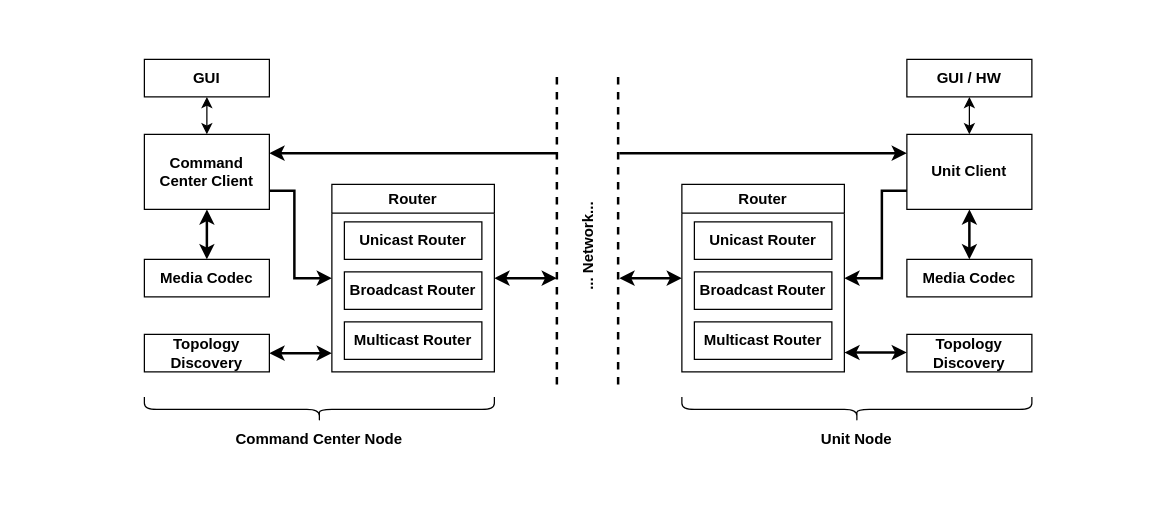
Above: page "Page-2" (2 of 2) of docs/figures/modules_diagram.drawio in mido3ds/C4IAN (draw.io), before the change. Source tidied: cells renumbered, new cells numbered last; positions are measured from the earlier drawing's top-left corner, leaving out a move shared by most shapes. Both pictures are drawn from the tidied source at 125%, with x=0, y=0 at pixel (144, 59).
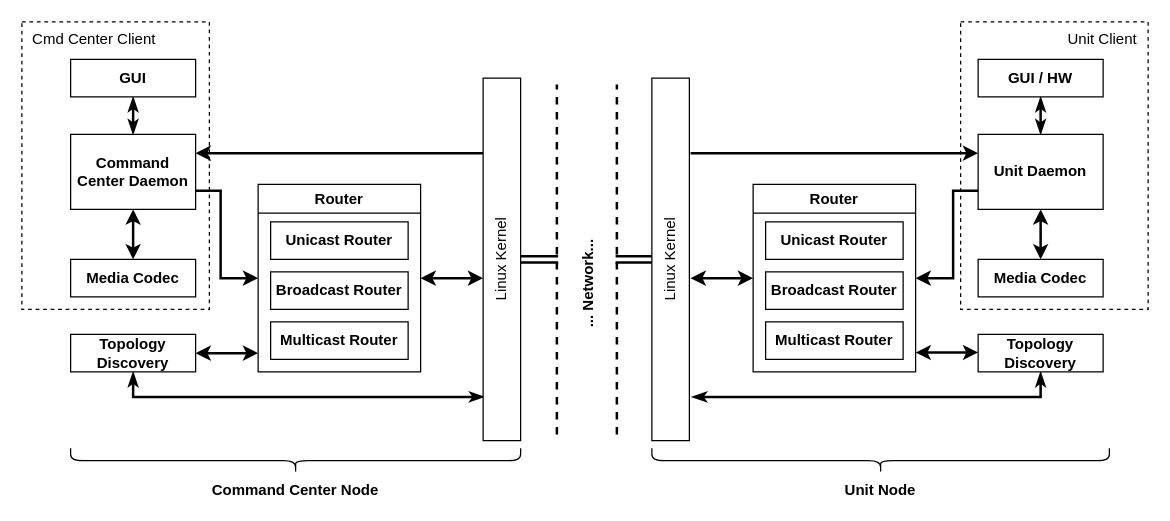
After the change.

Commit message (it also covers changes not shown here):
system diagram: added linux kernel

What changed in the source:
```diff
@@
+    <mxCell id="35" value="&amp;nbsp; Cmd Center Client&amp;nbsp;" style="rounded=0;whiteSpace=wrap;html=1;sketch=0;dashed=1;verticalAlign=top;labelPosition=center;verticalLabelPosition=middle;align=left;" parent="1" vertex="1">
+      <mxGeometry x="-98" y="-30" width="150" height="230" as="geometry" />
+    </mxCell>
+    <mxCell id="36" value="Unit Client&amp;nbsp;&amp;nbsp;" style="rounded=0;whiteSpace=wrap;html=1;sketch=0;dashed=1;verticalAlign=top;labelPosition=center;verticalLabelPosition=middle;align=right;" parent="1" vertex="1">
+      <mxGeometry x="653" y="-30" width="150" height="230" as="geometry" />
+    </mxCell>
     <mxCell id="2" style="edgeStyle=none;rounded=0;jettySize=auto;html=1;exitX=1;exitY=0.75;exitDx=0;exitDy=0;entryX=0;entryY=0.5;entryDx=0;entryDy=0;startArrow=none;startFill=0;endArrow=classic;endFill=1;strokeColor=#000000;strokeWidth=2;fontSize=11;" parent="1" edge="1" source="3" target="7">
       <mxGeometry relative="1" as="geometry">
         <Array as="points">
-          <mxPoint x="120" y="105" />
-          <mxPoint x="120" y="175" />
+          <mxPoint x="61" y="105" />
+          <mxPoint x="61" y="175" />
         </Array>
       </mxGeometry>
     </mxCell>
-    <mxCell id="3" value="&lt;b&gt;&lt;font style=&quot;font-size: 12px&quot;&gt;Command Center Client&lt;/font&gt;&lt;/b&gt;" style="whiteSpace=wrap;html=1;align=center;verticalAlign=middle;newEdgeStyle={&quot;edgeStyle&quot;:&quot;elbowEdgeStyle&quot;,&quot;startArrow&quot;:&quot;none&quot;,&quot;endArrow&quot;:&quot;none&quot;};fontSize=11;sketch=0;" parent="1" vertex="1">
-      <mxGeometry y="60" width="100" height="60" as="geometry" />
+    <mxCell id="3" value="&lt;b&gt;&lt;font style=&quot;font-size: 12px&quot;&gt;Command Center Daemon&lt;/font&gt;&lt;/b&gt;" style="whiteSpace=wrap;html=1;align=center;verticalAlign=middle;newEdgeStyle={&quot;edgeStyle&quot;:&quot;elbowEdgeStyle&quot;,&quot;startArrow&quot;:&quot;none&quot;,&quot;endArrow&quot;:&quot;none&quot;};fontSize=11;sketch=0;" parent="1" vertex="1">
+      <mxGeometry x="-59" y="60" width="100" height="60" as="geometry" />
     </mxCell>
     <mxCell id="4" value="Command Center Node" style="shape=curlyBracket;whiteSpace=wrap;html=1;rounded=1;direction=north;labelPosition=center;verticalLabelPosition=bottom;align=center;verticalAlign=top;fontStyle=1;" parent="1" vertex="1">
-      <mxGeometry y="270" width="280" height="20" as="geometry" />
+      <mxGeometry x="-59" y="311" width="360" height="20" as="geometry" />
     </mxCell>
     <mxCell id="5" style="edgeStyle=none;rounded=0;jettySize=auto;html=1;exitX=1;exitY=0.5;exitDx=0;exitDy=0;startArrow=classic;startFill=1;endArrow=classic;endFill=1;strokeColor=#000000;strokeWidth=2;fontSize=11;" parent="1" edge="1" source="7">
       <mxGeometry relative="1" as="geometry">
-        <mxPoint x="330" y="175" as="targetPoint" />
+        <mxPoint x="271" y="175" as="targetPoint" />
       </mxGeometry>
     </mxCell>
     <mxCell id="6" style="edgeStyle=none;rounded=0;jettySize=auto;html=1;exitX=1;exitY=0.25;exitDx=0;exitDy=0;startArrow=classic;startFill=1;endArrow=none;endFill=0;strokeColor=#000000;strokeWidth=2;fontSize=11;" parent="1" edge="1" source="3">
       <mxGeometry relative="1" as="geometry">
-        <mxPoint x="330" y="75" as="targetPoint" />
+        <mxPoint x="271" y="75" as="targetPoint" />
       </mxGeometry>
     </mxCell>
     <mxCell id="7" value="Router" style="swimlane;startSize=23;" parent="1" vertex="1">
-      <mxGeometry x="150" y="100" width="130" height="150" as="geometry" />
+      <mxGeometry x="91" y="100" width="130" height="150" as="geometry" />
     </mxCell>
@@
+    <mxCell id="37" style="edgeStyle=orthogonalEdgeStyle;rounded=0;jettySize=auto;html=1;exitX=0.5;exitY=1;exitDx=0;exitDy=0;startArrow=classicThin;startFill=1;endArrow=classicThin;endFill=1;strokeWidth=2;" parent="1" edge="1" source="11">
+      <mxGeometry relative="1" as="geometry">
+        <mxPoint x="272" y="270" as="targetPoint" />
+        <Array as="points">
+          <mxPoint x="-9" y="270" />
+        </Array>
+      </mxGeometry>
+    </mxCell>
     <mxCell id="11" value="&lt;b&gt;Topology Discovery&lt;/b&gt;" style="rounded=0;whiteSpace=wrap;html=1;" parent="1" vertex="1">
-      <mxGeometry y="220" width="100" height="30" as="geometry" />
+      <mxGeometry x="-59" y="220" width="100" height="30" as="geometry" />
     </mxCell>
     <mxCell id="12" value="&lt;b&gt;Media Codec&lt;/b&gt;" style="rounded=0;whiteSpace=wrap;html=1;" parent="1" vertex="1">
-      <mxGeometry y="160" width="100" height="30" as="geometry" />
+      <mxGeometry x="-59" y="160" width="100" height="30" as="geometry" />
     </mxCell>
@@
     <mxCell id="14" style="endArrow=classic;startArrow=classic;html=1;strokeWidth=2;exitX=1;exitY=0.5;exitDx=0;exitDy=0;" parent="1" edge="1" source="11">
       <mxGeometry relative="1" as="geometry">
-        <mxPoint x="150" y="235" as="targetPoint" />
+        <mxPoint x="91" y="235" as="targetPoint" />
       </mxGeometry>
     </mxCell>
     <mxCell id="15" style="endArrow=none;html=1;strokeColor=#000000;strokeWidth=2;fontSize=11;dashed=1;" parent="1" edge="1">
       <mxGeometry relative="1" as="geometry">
-        <mxPoint x="330" y="260" as="sourcePoint" />
-        <mxPoint x="330" y="10" as="targetPoint" />
+        <mxPoint x="330" y="300" as="sourcePoint" />
+        <mxPoint x="330" y="20" as="targetPoint" />
       </mxGeometry>
     </mxCell>
     <mxCell id="16" value="... Network..." style="text;html=1;align=center;verticalAlign=middle;fontSize=12;horizontal=0;fontStyle=1;" parent="1" vertex="1">
-      <mxGeometry x="340" y="110" width="30" height="80" as="geometry" />
+      <mxGeometry x="340" y="140" width="30" height="80" as="geometry" />
     </mxCell>
     <mxCell id="17" style="endArrow=none;html=1;strokeColor=#000000;strokeWidth=2;fontSize=11;dashed=1;" parent="1" edge="1">
       <mxGeometry relative="1" as="geometry">
-        <mxPoint x="379" y="260" as="sourcePoint" />
-        <mxPoint x="379" y="10" as="targetPoint" />
+        <mxPoint x="378" y="300" as="sourcePoint" />
+        <mxPoint x="378" y="20" as="targetPoint" />
       </mxGeometry>
     </mxCell>
     <mxCell id="18" value="Router" style="swimlane;startSize=23;" parent="1" vertex="1">
-      <mxGeometry x="430" y="100" width="130" height="150" as="geometry" />
+      <mxGeometry x="487" y="100" width="130" height="150" as="geometry" />
     </mxCell>
@@
     <mxCell id="22" style="endArrow=classic;startArrow=classic;html=1;strokeWidth=2;fontSize=12;entryX=0;entryY=0.5;entryDx=0;entryDy=0;" parent="1" edge="1" target="18">
       <mxGeometry relative="1" as="geometry">
-        <mxPoint x="380" y="175" as="sourcePoint" />
+        <mxPoint x="437" y="175" as="sourcePoint" />
       </mxGeometry>
     </mxCell>
+    <mxCell id="38" style="edgeStyle=orthogonalEdgeStyle;rounded=0;jettySize=auto;html=1;exitX=0.5;exitY=1;exitDx=0;exitDy=0;startArrow=classicThin;startFill=1;endArrow=classicThin;endFill=1;strokeWidth=2;" parent="1" edge="1" source="23">
+      <mxGeometry relative="1" as="geometry">
+        <mxPoint x="438" y="270" as="targetPoint" />
+        <Array as="points">
+          <mxPoint x="717" y="270" />
+        </Array>
+      </mxGeometry>
+    </mxCell>
     <mxCell id="23" value="&lt;b&gt;Topology Discovery&lt;/b&gt;" style="rounded=0;whiteSpace=wrap;html=1;" parent="1" vertex="1">
-      <mxGeometry x="610" y="220" width="100" height="30" as="geometry" />
+      <mxGeometry x="667" y="220" width="100" height="30" as="geometry" />
     </mxCell>
     <mxCell id="24" style="endArrow=classic;startArrow=classic;html=1;strokeWidth=2;exitX=1;exitY=0.5;exitDx=0;exitDy=0;" parent="1" edge="1">
       <mxGeometry relative="1" as="geometry">
-        <mxPoint x="560" y="234.5" as="sourcePoint" />
-        <mxPoint x="610" y="234.5" as="targetPoint" />
+        <mxPoint x="617" y="234.5" as="sourcePoint" />
+        <mxPoint x="667" y="234.5" as="targetPoint" />
       </mxGeometry>
     </mxCell>
     <mxCell id="25" value="&lt;b&gt;Media Codec&lt;/b&gt;" style="rounded=0;whiteSpace=wrap;html=1;" parent="1" vertex="1">
-      <mxGeometry x="610" y="160" width="100" height="30" as="geometry" />
+      <mxGeometry x="667" y="160" width="100" height="30" as="geometry" />
     </mxCell>
-    <mxCell id="26" value="&lt;b&gt;&lt;font style=&quot;font-size: 12px&quot;&gt;Unit Client&lt;/font&gt;&lt;/b&gt;" style="whiteSpace=wrap;html=1;align=center;verticalAlign=middle;newEdgeStyle={&quot;edgeStyle&quot;:&quot;elbowEdgeStyle&quot;,&quot;startArrow&quot;:&quot;none&quot;,&quot;endArrow&quot;:&quot;none&quot;};fontSize=11;sketch=0;" parent="1" vertex="1">
-      <mxGeometry x="610" y="60" width="100" height="60" as="geometry" />
+    <mxCell id="26" value="&lt;b&gt;&lt;font style=&quot;font-size: 12px&quot;&gt;Unit&amp;nbsp;&lt;/font&gt;&lt;/b&gt;&lt;b&gt;&lt;font style=&quot;font-size: 12px&quot;&gt;Daemon&lt;/font&gt;&lt;/b&gt;" style="whiteSpace=wrap;html=1;align=center;verticalAlign=middle;newEdgeStyle={&quot;edgeStyle&quot;:&quot;elbowEdgeStyle&quot;,&quot;startArrow&quot;:&quot;none&quot;,&quot;endArrow&quot;:&quot;none&quot;};fontSize=11;sketch=0;" parent="1" vertex="1">
+      <mxGeometry x="667" y="60" width="100" height="60" as="geometry" />
     </mxCell>
     <mxCell id="27" style="endArrow=classic;html=1;strokeWidth=2;fontSize=12;exitX=0;exitY=0.75;exitDx=0;exitDy=0;entryX=1;entryY=0.5;entryDx=0;entryDy=0;rounded=0;" parent="1" edge="1" source="26" target="18">
       <mxGeometry relative="1" as="geometry">
         <Array as="points">
-          <mxPoint x="590" y="105" />
-          <mxPoint x="590" y="175" />
+          <mxPoint x="647" y="105" />
+          <mxPoint x="647" y="175" />
         </Array>
       </mxGeometry>
     </mxCell>
     <mxCell id="28" style="endArrow=classic;html=1;strokeWidth=2;fontSize=12;entryX=0;entryY=0.25;entryDx=0;entryDy=0;" parent="1" edge="1" target="26">
       <mxGeometry relative="1" as="geometry">
-        <mxPoint x="380" y="75" as="sourcePoint" />
+        <mxPoint x="437" y="75" as="sourcePoint" />
       </mxGeometry>
     </mxCell>
@@
     <mxCell id="30" value="Unit Node" style="shape=curlyBracket;whiteSpace=wrap;html=1;rounded=1;direction=north;labelPosition=center;verticalLabelPosition=bottom;align=center;verticalAlign=top;fontStyle=1;" parent="1" vertex="1">
-      <mxGeometry x="430" y="270" width="280" height="20" as="geometry" />
+      <mxGeometry x="406" y="311" width="366" height="20" as="geometry" />
     </mxCell>
-    <mxCell id="31" style="edgeStyle=orthogonalEdgeStyle;rounded=0;jettySize=auto;html=1;exitX=0.5;exitY=1;exitDx=0;exitDy=0;entryX=0.5;entryY=0;entryDx=0;entryDy=0;startArrow=classic;startFill=1;" parent="1" edge="1" source="32" target="26">
+    <mxCell id="31" style="edgeStyle=orthogonalEdgeStyle;rounded=0;jettySize=auto;html=1;exitX=0.5;exitY=1;exitDx=0;exitDy=0;entryX=0.5;entryY=0;entryDx=0;entryDy=0;startArrow=classicThin;startFill=1;strokeWidth=2;endArrow=classicThin;endFill=1;" parent="1" edge="1" source="32" target="26">
       <mxGeometry relative="1" as="geometry" />
     </mxCell>
     <mxCell id="32" value="&lt;b&gt;GUI / HW&lt;/b&gt;" style="rounded=0;whiteSpace=wrap;html=1;" parent="1" vertex="1">
-      <mxGeometry x="610" width="100" height="30" as="geometry" />
+      <mxGeometry x="667" width="100" height="30" as="geometry" />
     </mxCell>
-    <mxCell id="33" style="edgeStyle=orthogonalEdgeStyle;rounded=0;jettySize=auto;html=1;exitX=0.5;exitY=1;exitDx=0;exitDy=0;entryX=0.5;entryY=0;entryDx=0;entryDy=0;startArrow=classic;startFill=1;" parent="1" edge="1" source="34" target="3">
+    <mxCell id="33" style="edgeStyle=orthogonalEdgeStyle;rounded=0;jettySize=auto;html=1;exitX=0.5;exitY=1;exitDx=0;exitDy=0;entryX=0.5;entryY=0;entryDx=0;entryDy=0;startArrow=classicThin;startFill=1;endArrow=classicThin;endFill=1;strokeWidth=2;" parent="1" edge="1" source="34" target="3">
       <mxGeometry relative="1" as="geometry" />
     </mxCell>
     <mxCell id="34" value="&lt;b&gt;GUI&lt;/b&gt;" style="rounded=0;whiteSpace=wrap;html=1;" parent="1" vertex="1">
-      <mxGeometry width="100" height="30" as="geometry" />
+      <mxGeometry x="-59" width="100" height="30" as="geometry" />
     </mxCell>
+    <mxCell id="39" value="Linux Kernel" style="rounded=0;whiteSpace=wrap;html=1;rotation=-90;" parent="1" vertex="1">
+      <mxGeometry x="276" y="145" width="290" height="30" as="geometry" />
+    </mxCell>
+    <mxCell id="40" style="edgeStyle=orthogonalEdgeStyle;rounded=0;jettySize=auto;html=1;exitX=0.5;exitY=1;exitDx=0;exitDy=0;startArrow=classicThin;startFill=1;endArrow=classicThin;endFill=1;strokeWidth=2;shape=link;" parent="1" edge="1" source="41">
+      <mxGeometry relative="1" as="geometry">
+        <mxPoint x="331" y="160" as="targetPoint" />
+        <Array as="points">
+          <mxPoint x="331" y="160" />
+        </Array>
+      </mxGeometry>
+    </mxCell>
+    <mxCell id="41" value="Linux Kernel" style="rounded=0;whiteSpace=wrap;html=1;rotation=-90;" parent="1" vertex="1">
+      <mxGeometry x="141" y="145" width="290" height="30" as="geometry" />
+    </mxCell>
+    <mxCell id="42" style="edgeStyle=orthogonalEdgeStyle;rounded=0;orthogonalLoop=1;jettySize=auto;html=1;exitX=0.5;exitY=1;exitDx=0;exitDy=0;startArrow=classicThin;startFill=1;endArrow=classicThin;endFill=1;strokeWidth=2;shape=link;" parent="1" edge="1">
+      <mxGeometry relative="1" as="geometry">
+        <mxPoint x="377" y="160" as="sourcePoint" />
+        <mxPoint x="406" y="160" as="targetPoint" />
+        <Array as="points">
+          <mxPoint x="406" y="160" />
+        </Array>
+      </mxGeometry>
+    </mxCell>
```
